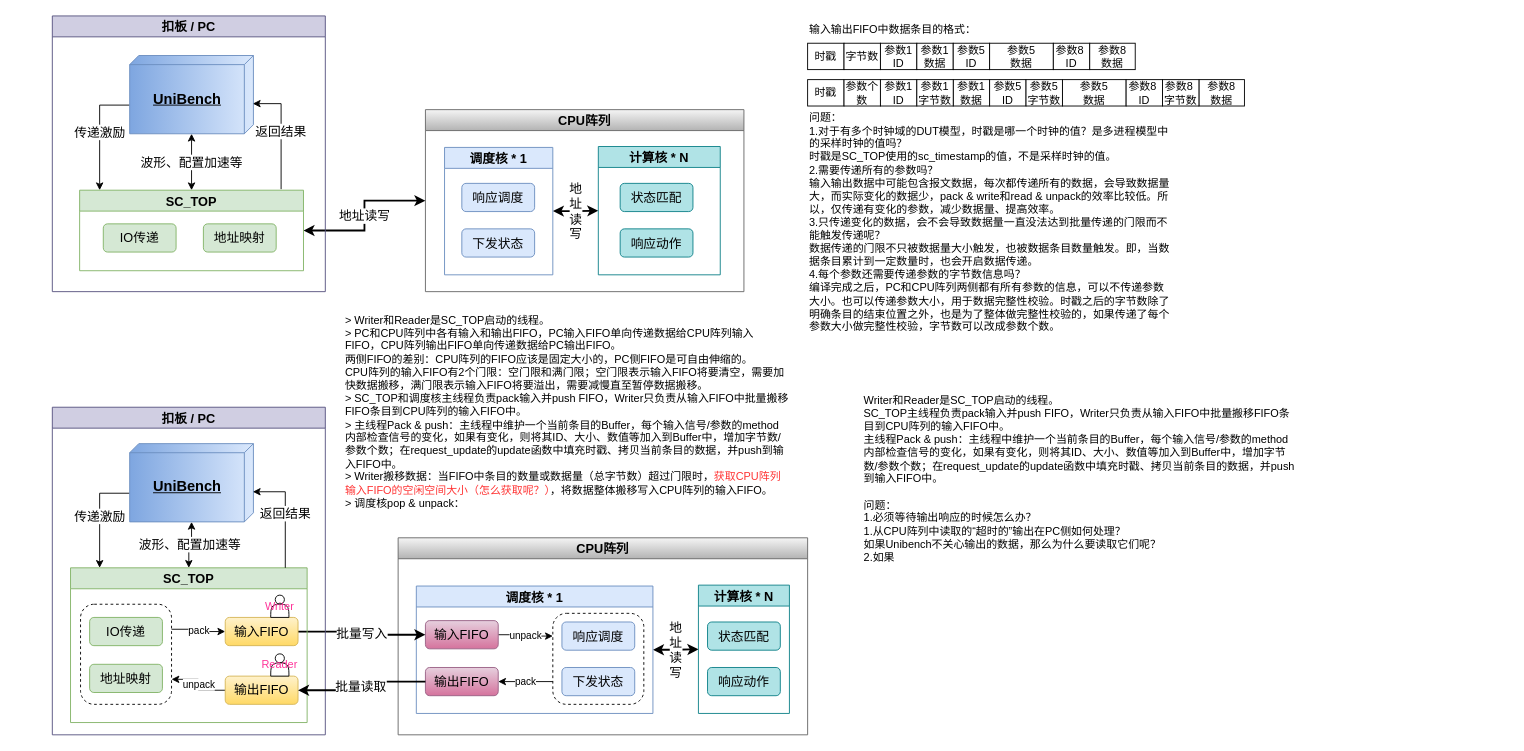
Before: verilator_digrams/aync_comm.drawio in Dercury/CLDK, a draw.io diagram. Source tidied: cells renumbered, new cells numbered last; positions are measured from the earlier drawing's top-left corner, leaving out a move shared by most shapes. Both pictures are drawn from the tidied source at 91%, with x=0, y=0 at pixel (52, 15).
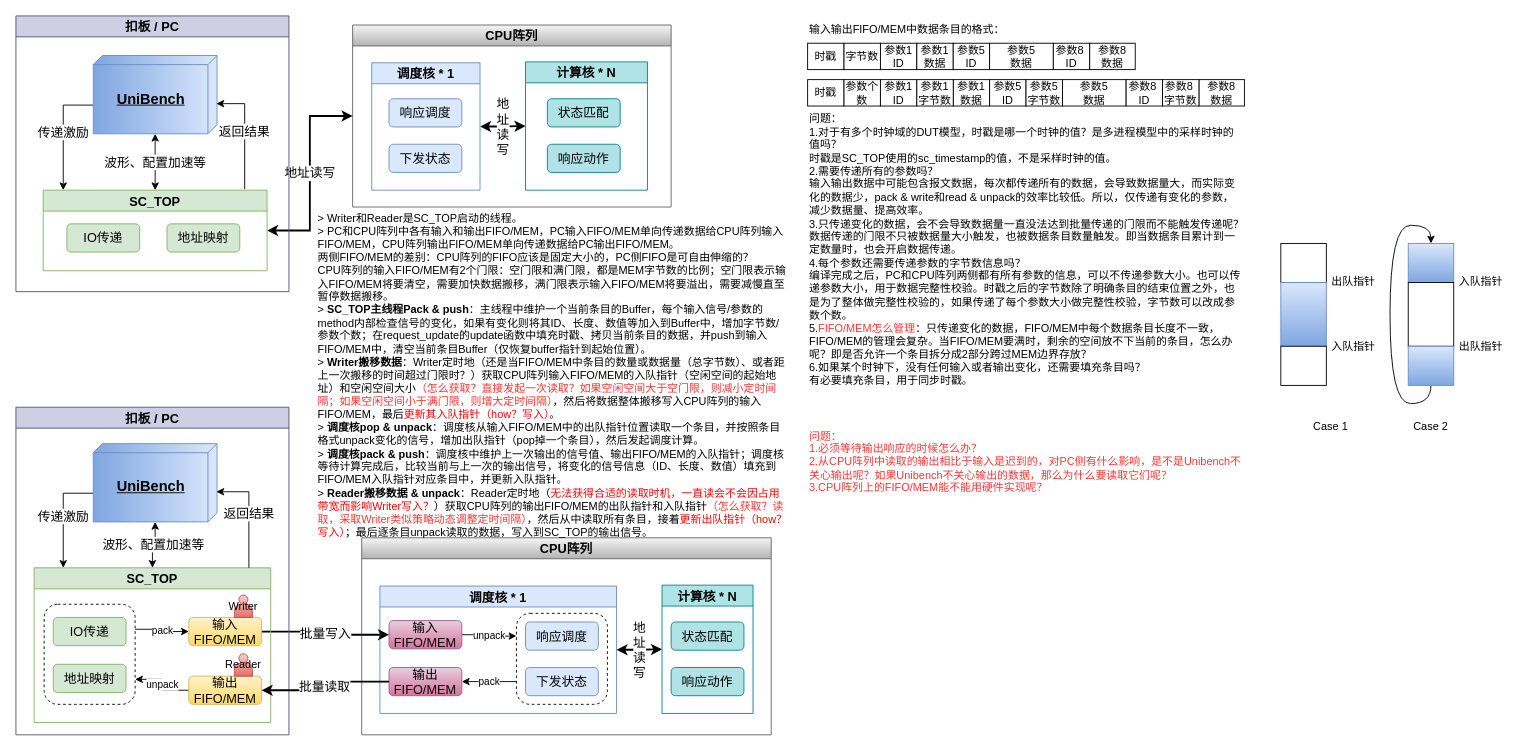
After the change.

The change refers to these unchanged cells:
```xml
<mxCell id="21" value="调度核 * 1" style="swimlane;fontSize=14;fillColor=#dae8fc;strokeColor=#6c8ebf;" parent="19" vertex="1">
  <mxGeometry x="20" y="53" width="260" height="140" as="geometry" />
</mxCell>
<mxCell id="34" value="SC_TOP" style="swimlane;fontSize=14;fillColor=#d5e8d4;strokeColor=#82b366;" parent="33" vertex="1">
  <mxGeometry x="20" y="176.5" width="260" height="170" as="geometry" />
</mxCell>
```

What changed in the source:
```diff
@@
     <mxCell id="2" value="CPU阵列" style="swimlane;fontSize=14;fillColor=#f5f5f5;strokeColor=#666666;gradientColor=#b3b3b3;" parent="1" vertex="1">
-      <mxGeometry x="410" y="103" width="350" height="200" as="geometry" />
+      <mxGeometry x="330" y="10" width="350" height="200" as="geometry" />
     </mxCell>
@@
     <mxCell id="11" value="扣板 / PC" style="swimlane;fontSize=14;fillColor=#d0cee2;strokeColor=#56517e;" parent="1" vertex="1">
-      <mxGeometry width="300" height="303" as="geometry" />
+      <mxGeometry x="-40" width="300" height="303" as="geometry" />
     </mxCell>
@@
     <mxCell id="19" value="CPU阵列" style="swimlane;fontSize=14;fillColor=#f5f5f5;strokeColor=#666666;gradientColor=#b3b3b3;" parent="1" vertex="1">
-      <mxGeometry x="380" y="573.5" width="450" height="216.5" as="geometry" />
+      <mxGeometry x="340" y="573.5" width="450" height="216.5" as="geometry" />
     </mxCell>
@@
-    <mxCell id="22" value="响应调度" style="rounded=1;whiteSpace=wrap;html=1;fontSize=14;fillColor=#dae8fc;strokeColor=#6c8ebf;" parent="21" vertex="1">
-      <mxGeometry x="160" y="39.5" width="80" height="31" as="geometry" />
-    </mxCell>
-    <mxCell id="23" value="下发状态" style="rounded=1;whiteSpace=wrap;html=1;fontSize=14;fillColor=#dae8fc;strokeColor=#6c8ebf;" parent="21" vertex="1">
-      <mxGeometry x="160" y="89.5" width="80" height="31" as="geometry" />
-    </mxCell>
@@
-    <mxCell id="25" value="输入FIFO" style="rounded=1;whiteSpace=wrap;html=1;fontSize=14;fillColor=#e6d0de;strokeColor=#996185;gradientColor=#d5739d;" parent="21" vertex="1">
+    <mxCell id="25" value="输入FIFO/MEM" style="rounded=1;whiteSpace=wrap;html=1;fontSize=14;fillColor=#e6d0de;strokeColor=#996185;gradientColor=#d5739d;" parent="21" vertex="1">
       <mxGeometry x="10" y="38" width="80" height="31" as="geometry" />
     </mxCell>
-    <mxCell id="26" value="输出FIFO" style="rounded=1;whiteSpace=wrap;html=1;fontSize=14;fillColor=#e6d0de;strokeColor=#996185;gradientColor=#d5739d;" parent="21" vertex="1">
+    <mxCell id="26" value="输出FIFO/MEM" style="rounded=1;whiteSpace=wrap;html=1;fontSize=14;fillColor=#e6d0de;strokeColor=#996185;gradientColor=#d5739d;" parent="21" vertex="1">
       <mxGeometry x="10" y="89.5" width="80" height="31" as="geometry" />
     </mxCell>
@@
+    <mxCell id="72" style="group;" parent="21" vertex="1">
+      <mxGeometry x="150" y="30" width="100" height="100" as="geometry" />
+    </mxCell>
+    <mxCell id="22" value="响应调度" style="rounded=1;whiteSpace=wrap;html=1;fontSize=14;fillColor=#dae8fc;strokeColor=#6c8ebf;" parent="72" vertex="1">
+      <mxGeometry x="10" y="9.5" width="80" height="31" as="geometry" />
+    </mxCell>
+    <mxCell id="23" value="下发状态" style="rounded=1;whiteSpace=wrap;html=1;fontSize=14;fillColor=#dae8fc;strokeColor=#6c8ebf;" parent="72" vertex="1">
+      <mxGeometry x="10" y="59.5" width="80" height="31" as="geometry" />
+    </mxCell>
-    <mxCell id="28" style="rounded=1;whiteSpace=wrap;html=1;fillColor=none;dashed=1;" parent="21" vertex="1">
-      <mxGeometry x="150" y="30" width="100" height="100" as="geometry" />
+    <mxCell id="28" style="rounded=1;whiteSpace=wrap;html=1;fillColor=none;dashed=1;" parent="72" vertex="1">
+      <mxGeometry width="100" height="100" as="geometry" />
     </mxCell>
@@
     <mxCell id="33" value="扣板 / PC" style="swimlane;fontSize=14;fillColor=#d0cee2;strokeColor=#56517e;" parent="1" vertex="1">
-      <mxGeometry y="430" width="300" height="360" as="geometry" />
+      <mxGeometry x="-40" y="430" width="300" height="360" as="geometry" />
     </mxCell>
@@
-    <mxCell id="35" value="地址映射" style="rounded=1;whiteSpace=wrap;html=1;fontSize=14;fillColor=#d5e8d4;strokeColor=#82b366;" parent="34" vertex="1">
-      <mxGeometry x="21" y="106" width="80" height="31" as="geometry" />
-    </mxCell>
@@
-    <mxCell id="37" value="IO传递" style="rounded=1;whiteSpace=wrap;html=1;fontSize=14;fillColor=#d5e8d4;strokeColor=#82b366;" parent="34" vertex="1">
-      <mxGeometry x="21" y="54.5" width="80" height="31" as="geometry" />
-    </mxCell>
-    <mxCell id="38" value="输入FIFO" style="rounded=1;whiteSpace=wrap;html=1;fontSize=14;fillColor=#fff2cc;strokeColor=#d6b656;gradientColor=#ffd966;" parent="34" vertex="1">
+    <mxCell id="38" value="输入FIFO/MEM" style="rounded=1;whiteSpace=wrap;html=1;fontSize=14;fillColor=#fff2cc;strokeColor=#d6b656;gradientColor=#ffd966;" parent="34" vertex="1">
       <mxGeometry x="170" y="54.5" width="80" height="31" as="geometry" />
     </mxCell>
@@
-    <mxCell id="40" value="输出FIFO" style="rounded=1;whiteSpace=wrap;html=1;fontSize=14;fillColor=#fff2cc;strokeColor=#d6b656;gradientColor=#ffd966;" parent="34" vertex="1">
+    <mxCell id="40" value="输出FIFO/MEM" style="rounded=1;whiteSpace=wrap;html=1;fontSize=14;fillColor=#fff2cc;strokeColor=#d6b656;gradientColor=#ffd966;" parent="34" vertex="1">
       <mxGeometry x="170" y="119" width="80" height="31" as="geometry" />
     </mxCell>
-    <mxCell id="41" style="rounded=1;whiteSpace=wrap;html=1;fillColor=none;dashed=1;" parent="34" vertex="1">
-      <mxGeometry x="11" y="40" width="100" height="110" as="geometry" />
-    </mxCell>
-    <mxCell id="42" value="Writer" style="shape=actor;whiteSpace=wrap;html=1;fontColor=#FF3399;labelBackgroundColor=none;labelBorderColor=none;" parent="34" vertex="1">
+    <mxCell id="42" value="Writer" style="shape=actor;whiteSpace=wrap;html=1;labelBackgroundColor=none;labelBorderColor=none;fillColor=#f8cecc;gradientColor=#ea6b66;strokeColor=#b85450;" parent="34" vertex="1">
       <mxGeometry x="220" y="30" width="20" height="24.5" as="geometry" />
     </mxCell>
-    <mxCell id="43" value="Reader" style="shape=actor;whiteSpace=wrap;html=1;fontColor=#FF3399;labelBackgroundColor=none;labelBorderColor=none;" parent="34" vertex="1">
+    <mxCell id="43" value="Reader" style="shape=actor;whiteSpace=wrap;html=1;labelBackgroundColor=none;labelBorderColor=none;fillColor=#f8cecc;gradientColor=#ea6b66;strokeColor=#b85450;" parent="34" vertex="1">
       <mxGeometry x="220" y="94.5" width="20" height="24.5" as="geometry" />
     </mxCell>
+    <mxCell id="73" style="group;" parent="34" vertex="1">
+      <mxGeometry x="11" y="40" width="100" height="110" as="geometry" />
+    </mxCell>
+    <mxCell id="35" value="地址映射" style="rounded=1;whiteSpace=wrap;html=1;fontSize=14;fillColor=#d5e8d4;strokeColor=#82b366;" parent="73" vertex="1">
+      <mxGeometry x="10" y="66" width="80" height="31" as="geometry" />
+    </mxCell>
+    <mxCell id="37" value="IO传递" style="rounded=1;whiteSpace=wrap;html=1;fontSize=14;fillColor=#d5e8d4;strokeColor=#82b366;" parent="73" vertex="1">
+      <mxGeometry x="10" y="14.5" width="80" height="31" as="geometry" />
+    </mxCell>
+    <mxCell id="41" style="rounded=1;whiteSpace=wrap;html=1;fillColor=none;dashed=1;" parent="73" vertex="1">
+      <mxGeometry width="100" height="110" as="geometry" />
+    </mxCell>
@@
-    <mxCell id="49" value="&lt;div&gt;&lt;span style=&quot;background-color: initial;&quot;&gt;Writer和Reader是SC_TOP启动的线程。&lt;/span&gt;&lt;/div&gt;&lt;div&gt;&lt;span style=&quot;background-color: initial;&quot;&gt;SC_TOP主线程负责pack输入并push FIFO，Writer只负责从输入FIFO中批量搬移FIFO条目到CPU阵列的输入FIFO中。&lt;/span&gt;&lt;/div&gt;&lt;div&gt;&lt;span style=&quot;background-color: initial;&quot;&gt;主线程Pack &amp;amp; push：主线程中维护一个当前条目的Buffer，每个输入信号/参数的method内部检查信号的变化，如果有变化，则将其ID、大小、数值等加入到Buffer中，增加字节数/参数个数；在request_update的update函数中填充时戳、拷贝当前条目的数据，并push到输入FIFO中。&lt;/span&gt;&lt;/div&gt;&lt;div&gt;&lt;span style=&quot;background-color: initial;&quot;&gt;&lt;br&gt;&lt;/span&gt;&lt;/div&gt;&lt;div&gt;&lt;span style=&quot;background-color: initial;&quot;&gt;问题：&lt;/span&gt;&lt;br&gt;&lt;/div&gt;&lt;div&gt;1.必须等待输出响应的时候怎么办？&lt;/div&gt;&lt;div&gt;1.从CPU阵列中读取的“超时的”输出在PC侧如何处理？&lt;/div&gt;如果Unibench不关心输出的数据，那么为什么要读取它们呢？&lt;div&gt;2.如果&lt;br&gt;&lt;div&gt;&lt;br&gt;&lt;/div&gt;&lt;/div&gt;" style="text;html=1;align=left;verticalAlign=middle;whiteSpace=wrap;rounded=0;" parent="1" vertex="1">
-      <mxGeometry x="890" y="401" width="480" height="230" as="geometry" />
+    <mxCell id="49" value="&lt;div&gt;&lt;span style=&quot;background-color: initial; color: rgb(255, 51, 51);&quot;&gt;问题：&lt;/span&gt;&lt;br&gt;&lt;/div&gt;&lt;div&gt;&lt;font color=&quot;#ff3333&quot;&gt;1.必须等待输出响应的时候怎么办？&lt;/font&gt;&lt;/div&gt;&lt;div&gt;&lt;font color=&quot;#ff3333&quot;&gt;2.从CPU阵列中读取的输出相比于输入是迟到的，对PC侧有什么影响，是不是Unibench不关心输出呢？&lt;/font&gt;&lt;span style=&quot;color: rgb(255, 51, 51); background-color: initial;&quot;&gt;如果Unibench不关心输出的数据，那么为什么要读取它们呢？&lt;/span&gt;&lt;/div&gt;&lt;div&gt;&lt;span style=&quot;color: rgb(255, 51, 51); background-color: initial;&quot;&gt;3.CPU阵列上的FIFO/MEM能不能用硬件实现呢？&lt;/span&gt;&lt;/div&gt;" style="text;html=1;align=left;verticalAlign=middle;whiteSpace=wrap;rounded=0;" parent="1" vertex="1">
+      <mxGeometry x="830" y="410" width="480" height="160" as="geometry" />
     </mxCell>
@@
-    <mxCell id="58" value="&lt;span style=&quot;&quot;&gt;输入输出FIFO中数据条目的格式：&lt;/span&gt;" style="text;html=1;align=left;verticalAlign=middle;whiteSpace=wrap;rounded=0;" parent="1" vertex="1">
+    <mxCell id="58" value="&lt;span style=&quot;&quot;&gt;输入输出FIFO/MEM中数据条目的格式：&lt;/span&gt;" style="text;html=1;align=left;verticalAlign=middle;whiteSpace=wrap;rounded=0;" parent="1" vertex="1">
       <mxGeometry x="830" width="370" height="30" as="geometry" />
     </mxCell>
-    <mxCell id="59" value="&lt;span style=&quot;&quot;&gt;问题：&lt;/span&gt;&lt;div&gt;&lt;span style=&quot;&quot;&gt;1.对于有多个时钟域的DUT模型，时戳是哪一个时钟的值？是多进程模型中的采样时钟的值吗？&lt;/span&gt;&lt;/div&gt;&lt;div&gt;时戳是SC_TOP使用的sc_timestamp的值，不是采样时钟的值。&lt;/div&gt;&lt;div&gt;2.需要传递所有的参数吗？&lt;/div&gt;&lt;div&gt;输入输出数据中可能包含报文数据，每次都传递所有的数据，会导致数据量大，而实际变化的数据少，pack &amp;amp; write和read &amp;amp; unpack的效率比较低。所以，仅传递有变化的参数，减少数据量、提高效率。&lt;/div&gt;&lt;div&gt;3.只传递变化的数据，会不会导致数据量一直没法达到批量传递的门限而不能触发传递呢？&lt;/div&gt;&lt;div&gt;数据传递的门限不只被数据量大小触发，也被数据条目数量触发。即，当数据条目累计到一定数量时，也会开启数据传递。&lt;/div&gt;&lt;div&gt;4.每个参数还需要传递参数的字节数信息吗？&lt;/div&gt;&lt;div&gt;编译完成之后，PC和CPU阵列两侧都有&lt;span style=&quot;background-color: initial;&quot;&gt;所有&lt;/span&gt;&lt;span style=&quot;background-color: initial;&quot;&gt;参数的信息，可以不传递参数大小。也可以传递参数大小，用于数据完整性校验。时戳之后的字节数除了明确条目的结束位置之外，也是为了整体做完整性校验的，如果传递了每个参数大小做完整性校验，字节数可以改成参数个数。&lt;/span&gt;&lt;/div&gt;" style="text;html=1;align=left;verticalAlign=middle;whiteSpace=wrap;rounded=0;" parent="1" vertex="1">
-      <mxGeometry x="830" y="103" width="400" height="247" as="geometry" />
+    <mxCell id="59" value="&lt;span style=&quot;&quot;&gt;问题：&lt;/span&gt;&lt;div&gt;&lt;span style=&quot;&quot;&gt;1.对于有多个时钟域的DUT模型，时戳是哪一个时钟的值？是多进程模型中的采样时钟的值吗？&lt;/span&gt;&lt;/div&gt;&lt;div&gt;时戳是SC_TOP使用的sc_timestamp的值，不是采样时钟的值。&lt;/div&gt;&lt;div&gt;2.需要传递所有的参数吗？&lt;/div&gt;&lt;div&gt;输入输出数据中可能包含报文数据，每次都传递所有的数据，会导致数据量大，而实际变化的数据少，pack &amp;amp; write和read &amp;amp; unpack的效率比较低。所以，仅传递有变化的参数，减少数据量、提高效率。&lt;/div&gt;&lt;div&gt;3.只传递变化的数据，会不会导致数据量一直没法达到批量传递的门限而不能触发传递呢？&lt;/div&gt;&lt;div&gt;数据传递的门限不只被数据量大小触发，也被数据条目数量触发。即当数据条目累计到一定数量时，也会开启数据传递。&lt;/div&gt;&lt;div&gt;4.每个参数还需要传递参数的字节数信息吗？&lt;/div&gt;&lt;div&gt;编译完成之后，PC和CPU阵列两侧都有&lt;span style=&quot;background-color: initial;&quot;&gt;所有&lt;/span&gt;&lt;span style=&quot;background-color: initial;&quot;&gt;参数的信息，可以不传递参数大小。也可以传递参数大小，用于数据完整性校验。时戳之后的字节数除了明确条目的结束位置之外，也是为了整体做完整性校验的，如果传递了每个参数大小做完整性校验，字节数可以改成参数个数。&lt;/span&gt;&lt;/div&gt;&lt;div&gt;&lt;span style=&quot;background-color: initial;&quot;&gt;5.&lt;font color=&quot;#ff3333&quot;&gt;FIFO/MEM怎么管理&lt;/font&gt;：只传递变化的数据，FIFO/MEM中每个数据条目长度不一致，FIFO/MEM的管理会复杂。当FIFO/MEM要满时，剩余的空间放不下当前的条目，怎么办呢？即是否允许一个条目拆分成2部分跨过MEM边界存放？&lt;/span&gt;&lt;/div&gt;&lt;div&gt;&lt;span style=&quot;background-color: initial;&quot;&gt;6.如果某个时钟下，没有任何输入或者输出变化，还需要填充条目吗？&lt;/span&gt;&lt;/div&gt;&lt;div&gt;&lt;span style=&quot;background-color: initial;&quot;&gt;有必要填充条目，用于同步时戳。&lt;/span&gt;&lt;/div&gt;" style="text;html=1;align=left;verticalAlign=middle;whiteSpace=wrap;rounded=0;" parent="1" vertex="1">
+      <mxGeometry x="830" y="103" width="480" height="307" as="geometry" />
     </mxCell>
@@
-    <mxCell id="71" value="&lt;div&gt;&lt;span style=&quot;background-color: initial;&quot;&gt;&amp;gt; Writer和Reader是SC_TOP启动的线程。&lt;/span&gt;&lt;/div&gt;&lt;div&gt;&lt;span style=&quot;background-color: initial;&quot;&gt;&amp;gt; PC和CPU阵列中各有输入和输出FIFO，PC输入FIFO单向传递数据给CPU阵列输入FIFO，CPU阵列输出FIFO单向传递数据给PC输出FIFO。&lt;/span&gt;&lt;br&gt;&lt;/div&gt;&lt;div&gt;两侧FIFO的差别：&lt;span style=&quot;background-color: initial;&quot;&gt;CPU阵列的FIFO应该是固定大小的，&lt;/span&gt;&lt;span style=&quot;background-color: initial;&quot;&gt;PC侧FIFO&lt;/span&gt;&lt;span style=&quot;background-color: initial;&quot;&gt;是可自由伸缩的。&lt;/span&gt;&lt;/div&gt;&lt;div&gt;CPU阵列的输入FIFO有2个门限：空门限和满门限；空门限表示输入FIFO将要清空，需要加快数据搬移，满门限表示输入FIFO将要溢出，需要减慢直至暂停数据搬移。&lt;br&gt;&lt;/div&gt;&lt;div&gt;&amp;gt;&amp;nbsp;&lt;span style=&quot;background-color: initial;&quot;&gt;SC_TOP和调度核主线程负责pack输入并push FIFO，Writer只负责从输入FIFO中批量搬移FIFO条目到CPU阵列的输入FIFO中。&lt;/span&gt;&lt;/div&gt;&lt;div&gt;&lt;span style=&quot;background-color: initial;&quot;&gt;&amp;gt; 主线程Pack &amp;amp; push：主线程中维护一个当前条目的Buffer，每个输入信号/参数的method内部检查信号的变化，如果有变化，则将其ID、大小、数值等加入到Buffer中，增加字节数/参数个数；在request_update的update函数中填充时戳、拷贝当前条目的数据，并push到输入FIFO中。&lt;/span&gt;&lt;/div&gt;&lt;div&gt;&amp;gt; Writer搬移数据：当FIFO中条目的数量或数据量（总字节数）超过门限时，&lt;font color=&quot;#ff3333&quot;&gt;获取CPU阵列输入FIFO的空闲空间大小（怎么获取呢？）&lt;/font&gt;，将数据整体搬移写入CPU阵列的输入FIFO。&lt;/div&gt;&lt;div&gt;&amp;gt; 调度核pop &amp;amp; unpack：&lt;/div&gt;" style="text;html=1;align=left;verticalAlign=middle;whiteSpace=wrap;rounded=0;" parent="1" vertex="1">
-      <mxGeometry x="320" y="310" width="490" height="250" as="geometry" />
+    <mxCell id="71" value="&lt;div&gt;&lt;span style=&quot;background-color: initial;&quot;&gt;&amp;gt; Writer和Reader是SC_TOP启动的线程。&lt;/span&gt;&lt;/div&gt;&lt;div&gt;&lt;span style=&quot;background-color: initial;&quot;&gt;&amp;gt; PC和CPU阵列中各有输入和输出FIFO/MEM，PC输入FIFO/MEM单向传递数据给CPU阵列输入FIFO/MEM，CPU阵列输出FIFO/MEM单向传递数据给PC输出FIFO/MEM。&lt;/span&gt;&lt;br&gt;&lt;/div&gt;&lt;div&gt;两侧FIFO/MEM的差别：&lt;span style=&quot;background-color: initial;&quot;&gt;CPU阵列的FIFO应该是固定大小的，&lt;/span&gt;&lt;span style=&quot;background-color: initial;&quot;&gt;PC侧FIFO&lt;/span&gt;&lt;span style=&quot;background-color: initial;&quot;&gt;是可自由伸缩的？&lt;/span&gt;&lt;/div&gt;&lt;div&gt;CPU阵列的输入FIFO/MEM有2个门限：空门限和满门限，都是MEM字节数的比例；空门限表示输入FIFO/MEM将要清空，需要加快数据搬移，满门限表示输入FIFO/MEM将要溢出，需要减慢直至暂停数据搬移。&lt;br&gt;&lt;/div&gt;&lt;div&gt;&lt;span style=&quot;background-color: initial;&quot;&gt;&amp;gt;&amp;nbsp;&lt;/span&gt;&lt;b style=&quot;background-color: initial;&quot;&gt;SC_TOP&lt;/b&gt;&lt;b style=&quot;background-color: initial;&quot;&gt;主线程Pack &amp;amp; push&lt;/b&gt;&lt;span style=&quot;background-color: initial;&quot;&gt;：主线程中维护一个当前条目的Buffer，每个输入信号/参数的method内部检查信号的变化，如果有变化则将其ID、长度、数值等加入到Buffer中，增加字节数/参数个数；在request_update的update函数中填充时戳、拷贝当前条目的数据，并push到输入FIFO/MEM中，清空当前条目Buffer（仅恢复buffer指针到起始位置）。&lt;/span&gt;&lt;/div&gt;&lt;div&gt;&amp;gt; &lt;b&gt;Writer搬移数据&lt;/b&gt;：&lt;span style=&quot;background-color: initial;&quot;&gt;Writer定时地&lt;/span&gt;&lt;span style=&quot;background-color: initial;&quot;&gt;（还是当FIFO/MEM中条目的数量或数据量（总字节数）、或者距上一次搬移的时间超过门限时？&lt;/span&gt;&lt;span style=&quot;background-color: initial;&quot;&gt;）&lt;/span&gt;&lt;font style=&quot;background-color: initial;&quot;&gt;获取CPU阵列输入FIFO/MEM的入队指针（&lt;/font&gt;&lt;span style=&quot;background-color: initial;&quot;&gt;空闲空间的起始地址&lt;/span&gt;&lt;font style=&quot;background-color: initial;&quot;&gt;）和空闲空间大小&lt;/font&gt;&lt;font style=&quot;background-color: initial;&quot; color=&quot;#ff3333&quot;&gt;（怎么获取？直接发起一次读取？如果空闲空间大于空门限，则减小定时间隔；如果空闲空间小于满门限，则增大定时间隔）&lt;/font&gt;&lt;span style=&quot;background-color: initial;&quot;&gt;，然后将数据整体搬移写入CPU阵列的输入FIFO/MEM，最后&lt;/span&gt;&lt;font style=&quot;background-color: initial;&quot; color=&quot;#ff0000&quot;&gt;更新其入队指针（how？写入）&lt;/font&gt;&lt;span style=&quot;background-color: initial;&quot;&gt;。&lt;/span&gt;&lt;/div&gt;&lt;div&gt;&amp;gt; &lt;b&gt;调度核pop &amp;amp; unpack&lt;/b&gt;：调度核从输入FIFO/MEM中的出队指针位置读取一个条目，并按照条目格式unpack变化的信号，增加出队指针（pop掉一个条目），然后发起调度计算。&lt;/div&gt;&lt;div&gt;&amp;gt; &lt;b&gt;调度核pack &amp;amp; push&lt;/b&gt;：调度核中维护上一次输出的信号值、输出FIFO/MEM的入队指针；调度核等待计算完成后，比较当前与上一次的输出信号，将变化的信号信息（ID、长度、数值）填充到FIFO/MEM入队指针对应条目中，并更新入队指针。&lt;/div&gt;&lt;div&gt;&amp;gt; &lt;b&gt;Reader搬移数据 &amp;amp; unpack&lt;/b&gt;：Reader定时地（&lt;font color=&quot;#ff0000&quot;&gt;无法获得合适的读取时机，一直读会不会因占用带宽而影响Writer写入？&lt;/font&gt;&lt;span style=&quot;background-color: initial;&quot;&gt;）获取&lt;/span&gt;&lt;span style=&quot;background-color: initial;&quot;&gt;CPU阵列的输出FIFO/MEM的出队指针和入队指针&lt;/span&gt;&lt;span style=&quot;color: rgb(255, 51, 51); background-color: initial;&quot;&gt;（怎么获取？读取，采取Writer类似策略动态调整定时间隔）&lt;/span&gt;&lt;span style=&quot;background-color: initial;&quot;&gt;，然后&lt;/span&gt;&lt;span style=&quot;background-color: initial;&quot;&gt;从中读取所有条目，接着&lt;/span&gt;&lt;font style=&quot;background-color: initial;&quot; color=&quot;#ff0000&quot;&gt;更新出队指针（how？写入）&lt;/font&gt;&lt;span style=&quot;background-color: initial;&quot;&gt;；最后逐条目unpack读取的数据，写入到SC_TOP的输出信号。&lt;/span&gt;&lt;/div&gt;" style="text;html=1;align=left;verticalAlign=middle;whiteSpace=wrap;rounded=0;" parent="1" vertex="1">
+      <mxGeometry x="290" y="220" width="520" height="350" as="geometry" />
     </mxCell>
+    <mxCell id="74" style="group;" parent="1" vertex="1">
+      <mxGeometry x="1350" y="230" width="250" height="231" as="geometry" />
+    </mxCell>
+    <mxCell id="75" style="group;" parent="74" vertex="1">
+      <mxGeometry x="120" width="130" height="231" as="geometry" />
+    </mxCell>
+    <mxCell id="76" value="Case 2" style="text;html=1;align=center;verticalAlign=middle;whiteSpace=wrap;rounded=0;" parent="75" vertex="1">
+      <mxGeometry x="15" y="210" width="60" height="21" as="geometry" />
+    </mxCell>
+    <mxCell id="77" style="group;" parent="75" vertex="1">
+      <mxGeometry width="130" height="196" as="geometry" />
+    </mxCell>
+    <mxCell id="78" style="rounded=0;whiteSpace=wrap;html=1;fillColor=#dae8fc;gradientColor=#7ea6e0;strokeColor=#6c8ebf;" parent="77" vertex="1">
+      <mxGeometry x="20" y="20" width="50" height="43" as="geometry" />
+    </mxCell>
+    <mxCell id="79" style="rounded=0;whiteSpace=wrap;html=1;" parent="77" vertex="1">
+      <mxGeometry x="20" y="63" width="50" height="70" as="geometry" />
+    </mxCell>
+    <mxCell id="80" style="edgeStyle=orthogonalEdgeStyle;rounded=0;jettySize=auto;html=1;exitX=0.5;exitY=1;exitDx=0;exitDy=0;entryX=0.5;entryY=0;entryDx=0;entryDy=0;curved=1;" parent="77" edge="1" source="81" target="78">
+      <mxGeometry relative="1" as="geometry">
+        <Array as="points">
+          <mxPoint x="45" y="196" />
+          <mxPoint y="196" />
+          <mxPoint />
+          <mxPoint x="45" />
+        </Array>
+      </mxGeometry>
+    </mxCell>
+    <mxCell id="81" style="rounded=0;whiteSpace=wrap;html=1;fillColor=#dae8fc;gradientColor=#7ea6e0;strokeColor=#6c8ebf;" parent="77" vertex="1">
+      <mxGeometry x="20" y="133" width="50" height="43" as="geometry" />
+    </mxCell>
+    <mxCell id="82" value="出队指针" style="text;html=1;align=center;verticalAlign=middle;whiteSpace=wrap;rounded=0;" parent="77" vertex="1">
+      <mxGeometry x="70" y="123" width="60" height="21" as="geometry" />
+    </mxCell>
+    <mxCell id="83" value="入队指针" style="text;html=1;align=center;verticalAlign=middle;whiteSpace=wrap;rounded=0;" parent="77" vertex="1">
+      <mxGeometry x="70" y="51" width="60" height="21" as="geometry" />
+    </mxCell>
+    <mxCell id="84" style="group;" parent="74" vertex="1">
+      <mxGeometry y="20" width="110" height="211" as="geometry" />
+    </mxCell>
+    <mxCell id="85" value="Case 1" style="text;html=1;align=center;verticalAlign=middle;whiteSpace=wrap;rounded=0;" parent="84" vertex="1">
+      <mxGeometry x="25" y="190" width="60" height="21" as="geometry" />
+    </mxCell>
+    <mxCell id="86" style="group;" parent="84" vertex="1">
+      <mxGeometry width="110" height="156" as="geometry" />
+    </mxCell>
+    <mxCell id="87" style="rounded=0;whiteSpace=wrap;html=1;" parent="86" vertex="1">
+      <mxGeometry width="50" height="43" as="geometry" />
+    </mxCell>
+    <mxCell id="88" style="rounded=0;whiteSpace=wrap;html=1;fillColor=#dae8fc;gradientColor=#7ea6e0;strokeColor=#6c8ebf;" parent="86" vertex="1">
+      <mxGeometry y="43" width="50" height="70" as="geometry" />
+    </mxCell>
+    <mxCell id="89" style="rounded=0;whiteSpace=wrap;html=1;" parent="86" vertex="1">
+      <mxGeometry y="113" width="50" height="43" as="geometry" />
+    </mxCell>
+    <mxCell id="90" value="出队指针" style="text;html=1;align=center;verticalAlign=middle;whiteSpace=wrap;rounded=0;" parent="86" vertex="1">
+      <mxGeometry x="50" y="31" width="60" height="21" as="geometry" />
+    </mxCell>
+    <mxCell id="91" value="入队指针" style="text;html=1;align=center;verticalAlign=middle;whiteSpace=wrap;rounded=0;" parent="86" vertex="1">
+      <mxGeometry x="50" y="103" width="60" height="21" as="geometry" />
+    </mxCell>
```
